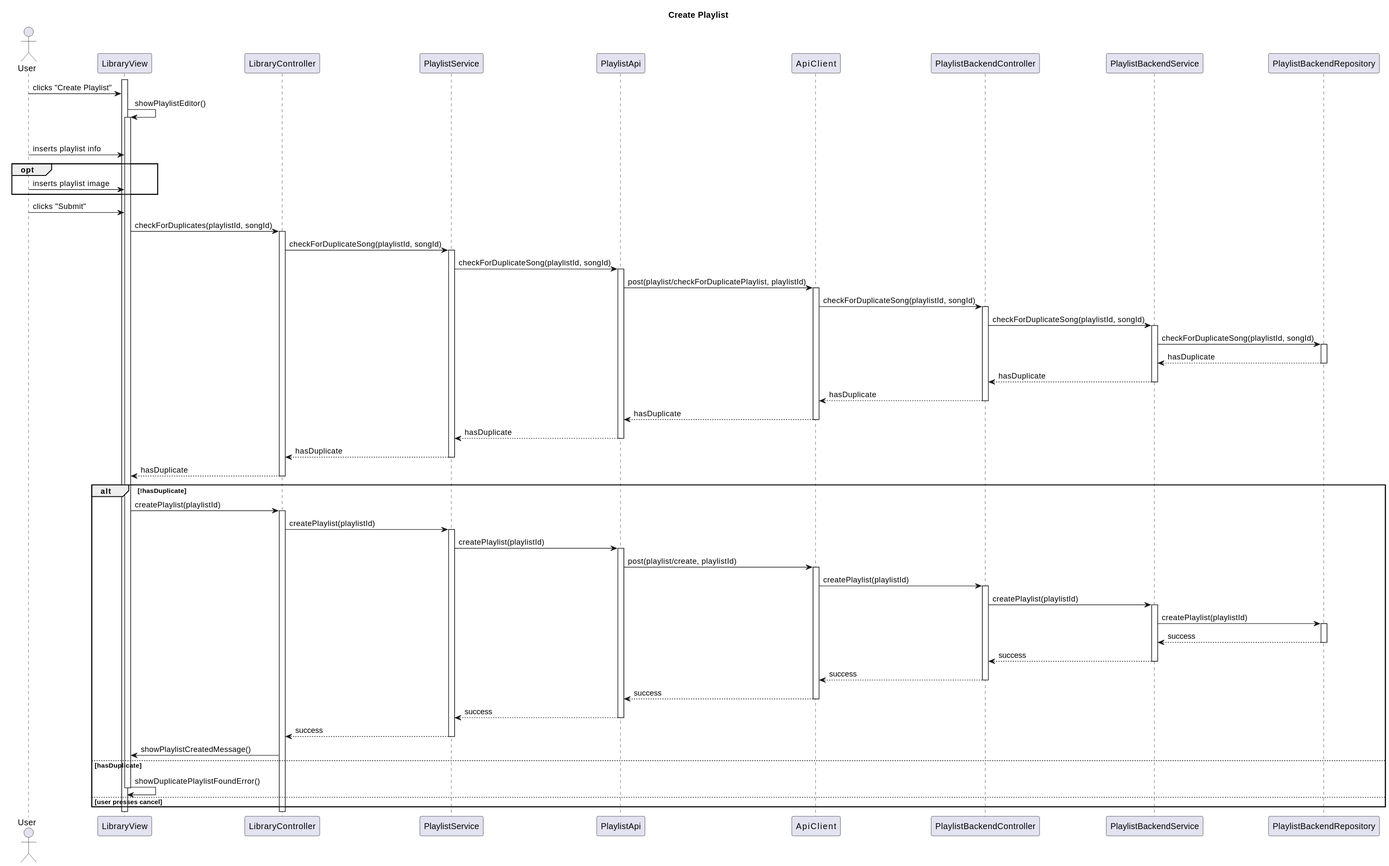
This is Paradoteo_4/SequenceDiagrams-v0.3/CreatePlaylist.svg from RubenKingCP/Tunix, a PlantUML export, as it was before one commit. The source it was exported from:
```plantuml
@startuml
title Create Playlist

actor User

participant LibraryView
participant LibraryController
participant PlaylistService
participant PlaylistApi
participant ApiService
participant PlaylistBackendController
participant PlaylistBackendService
participant PlaylistBackendRepository


activate LibraryView
User -> LibraryView : clicks "Create Playlist"
LibraryView -> LibraryView : showPlaylistEditor()
activate LibraryView
alt user does not cancel
User -> LibraryView : inserts playlist info
opt
User -> LibraryView : inserts playlist image
end
User -> LibraryView : clicks "Submit"
LibraryView -> LibraryController : checkForDuplicates(playlistId, songId)
activate LibraryController
LibraryController -> PlaylistService : checkForDuplicateSong(playlistId, songId)
activate PlaylistService
PlaylistService -> PlaylistApi : checkForDuplicateSong(playlistId, songId)
activate PlaylistApi
PlaylistApi -> ApiService : post(playlist/checkForDuplicatePlaylist, playlistId)
activate ApiService
ApiService -> PlaylistBackendController : checkForDuplicateSong(playlistId, songId)
activate PlaylistBackendController
PlaylistBackendController -> PlaylistBackendService : checkForDuplicateSong(playlistId, songId)
activate PlaylistBackendService
PlaylistBackendService -> PlaylistBackendRepository : checkForDuplicateSong(playlistId, songId)
activate PlaylistBackendRepository
PlaylistBackendRepository --> PlaylistBackendService : hasDuplicate
deactivate PlaylistBackendRepository
PlaylistBackendService --> PlaylistBackendController : hasDuplicate
deactivate PlaylistBackendService
PlaylistBackendController --> ApiService : hasDuplicate
deactivate PlaylistBackendController
ApiService --> PlaylistApi : hasDuplicate
deactivate ApiService
PlaylistApi --> PlaylistService : hasDuplicate
deactivate PlaylistApi
PlaylistService --> LibraryController : hasDuplicate
deactivate PlaylistService
LibraryController --> LibraryView : hasDuplicate
deactivate LibraryController
alt !hasDuplicate
LibraryView -> LibraryController : createPlaylist(playlistId)
activate LibraryController
LibraryController -> PlaylistService : createPlaylist(playlistId)
activate PlaylistService
PlaylistService -> PlaylistApi : createPlaylist(playlistId)
activate PlaylistApi
PlaylistApi -> ApiService : post(playlist/create, playlistId)
activate ApiService
ApiService -> PlaylistBackendController : createPlaylist(playlistId)
activate PlaylistBackendController
PlaylistBackendController -> PlaylistBackendService : createPlaylist(playlistId)
activate PlaylistBackendService
PlaylistBackendService -> PlaylistBackendRepository : createPlaylist(playlistId)
activate PlaylistBackendRepository
PlaylistBackendRepository --> PlaylistBackendService : success
deactivate PlaylistBackendRepository
PlaylistBackendService --> PlaylistBackendController : success
deactivate PlaylistBackendService
PlaylistBackendController --> ApiService : success
deactivate PlaylistBackendController
ApiService --> PlaylistApi : success
deactivate ApiService
PlaylistApi --> PlaylistService : success
deactivate PlaylistApi
PlaylistService --> LibraryController : success
deactivate PlaylistService
LibraryController -> LibraryView : showPlaylistCreatedMessage()
else hasDuplicate
LibraryView -> LibraryView : showDuplicatePlaylistFoundError()
else user presses cancel
deactivate LibraryView
end
@enduml
```
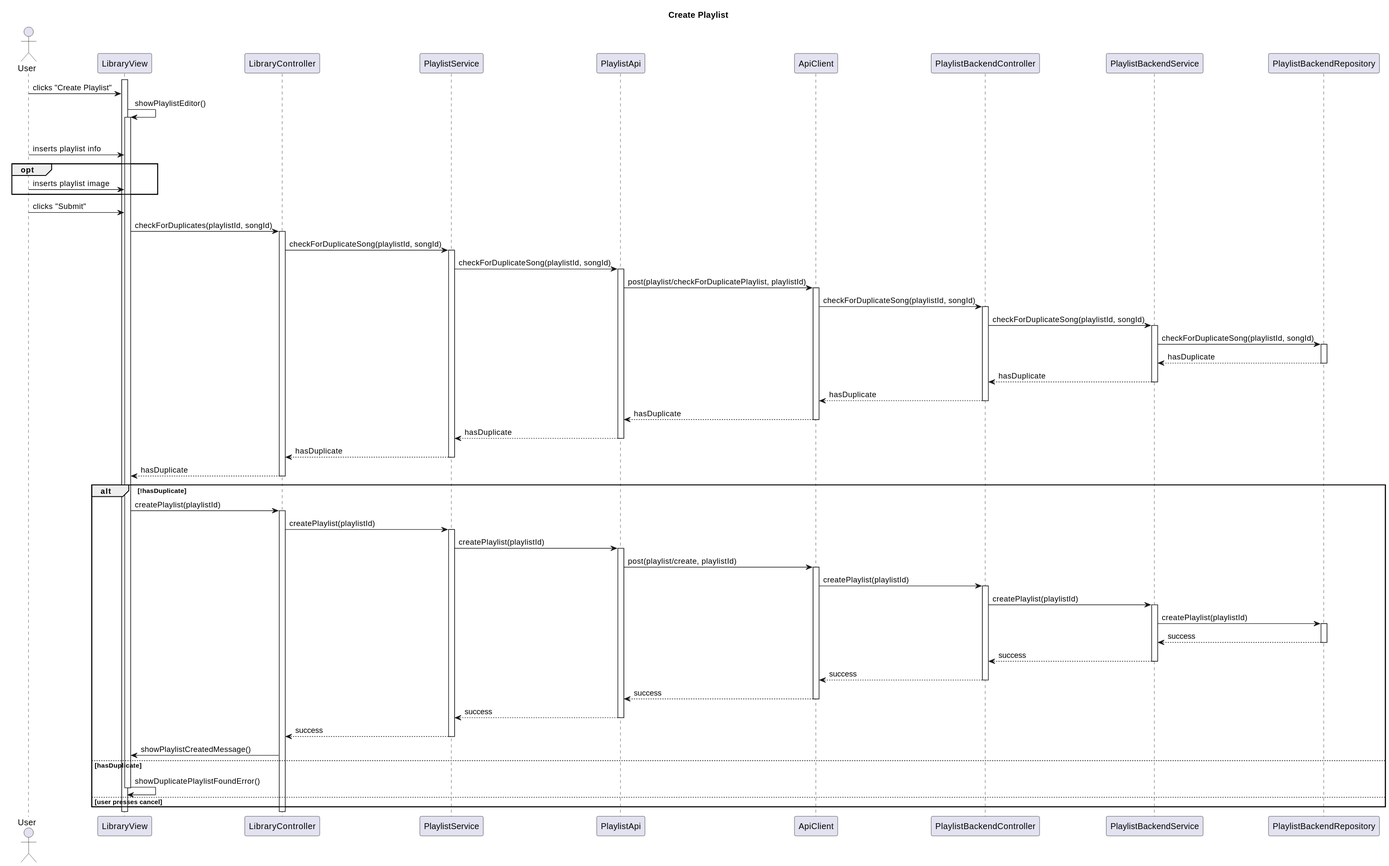
After the commit.

Diff of the diagram source:
```diff
@@ -7,7 +7,7 @@
 participant LibraryController
 participant PlaylistService
 participant PlaylistApi
-participant ApiService
+participant ApiClient
 participant PlaylistBackendController
 participant PlaylistBackendService
 participant PlaylistBackendRepository
@@ -29,9 +29,9 @@
 activate PlaylistService
 PlaylistService -> PlaylistApi : checkForDuplicateSong(playlistId, songId)
 activate PlaylistApi
-PlaylistApi -> ApiService : post(playlist/checkForDuplicatePlaylist, playlistId)
-activate ApiService
-ApiService -> PlaylistBackendController : checkForDuplicateSong(playlistId, songId)
+PlaylistApi -> ApiClient : post(playlist/checkForDuplicatePlaylist, playlistId)
+activate ApiClient
+ApiClient -> PlaylistBackendController : checkForDuplicateSong(playlistId, songId)
 activate PlaylistBackendController
 PlaylistBackendController -> PlaylistBackendService : checkForDuplicateSong(playlistId, songId)
 activate PlaylistBackendService
@@ -41,10 +41,10 @@
 deactivate PlaylistBackendRepository
 PlaylistBackendService --> PlaylistBackendController : hasDuplicate
 deactivate PlaylistBackendService
-PlaylistBackendController --> ApiService : hasDuplicate
+PlaylistBackendController --> ApiClient : hasDuplicate
 deactivate PlaylistBackendController
-ApiService --> PlaylistApi : hasDuplicate
-deactivate ApiService
+ApiClient --> PlaylistApi : hasDuplicate
+deactivate ApiClient
 PlaylistApi --> PlaylistService : hasDuplicate
 deactivate PlaylistApi
 PlaylistService --> LibraryController : hasDuplicate
@@ -58,9 +58,9 @@
 activate PlaylistService
 PlaylistService -> PlaylistApi : createPlaylist(playlistId)
 activate PlaylistApi
-PlaylistApi -> ApiService : post(playlist/create, playlistId)
-activate ApiService
-ApiService -> PlaylistBackendController : createPlaylist(playlistId)
+PlaylistApi -> ApiClient : post(playlist/create, playlistId)
+activate ApiClient
+ApiClient -> PlaylistBackendController : createPlaylist(playlistId)
 activate PlaylistBackendController
 PlaylistBackendController -> PlaylistBackendService : createPlaylist(playlistId)
 activate PlaylistBackendService
@@ -70,10 +70,10 @@
 deactivate PlaylistBackendRepository
 PlaylistBackendService --> PlaylistBackendController : success
 deactivate PlaylistBackendService
-PlaylistBackendController --> ApiService : success
+PlaylistBackendController --> ApiClient : success
 deactivate PlaylistBackendController
-ApiService --> PlaylistApi : success
-deactivate ApiService
+ApiClient --> PlaylistApi : success
+deactivate ApiClient
 PlaylistApi --> PlaylistService : success
 deactivate PlaylistApi
 PlaylistService --> LibraryController : success
```
